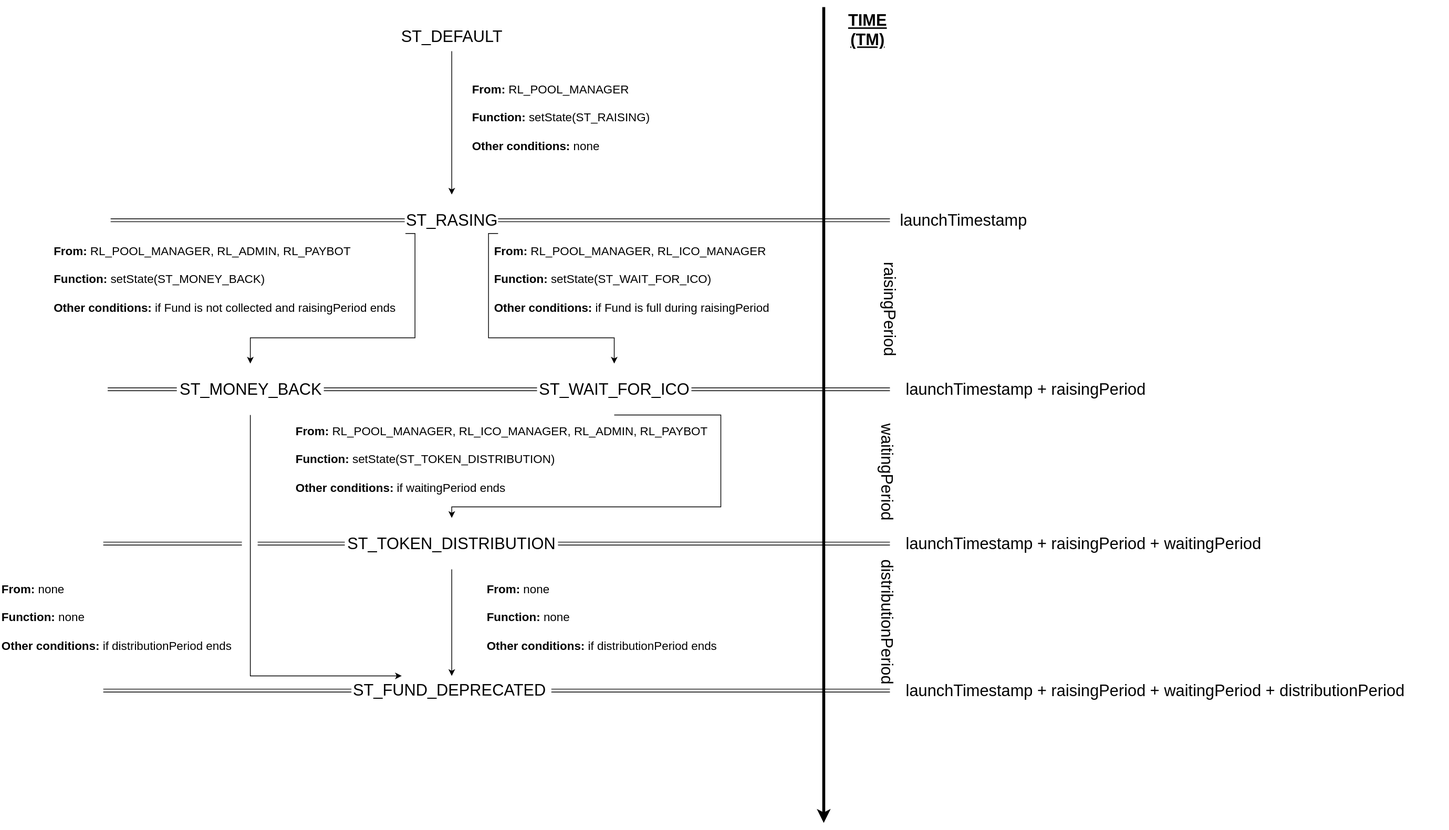
This is pooling.svg from EnoRage/POA, a draw.io export, as it was before one commit. Source tidied: cells renumbered, new cells last; positions are measured from the earlier drawing's top-left corner, leaving out a move shared by most shapes.
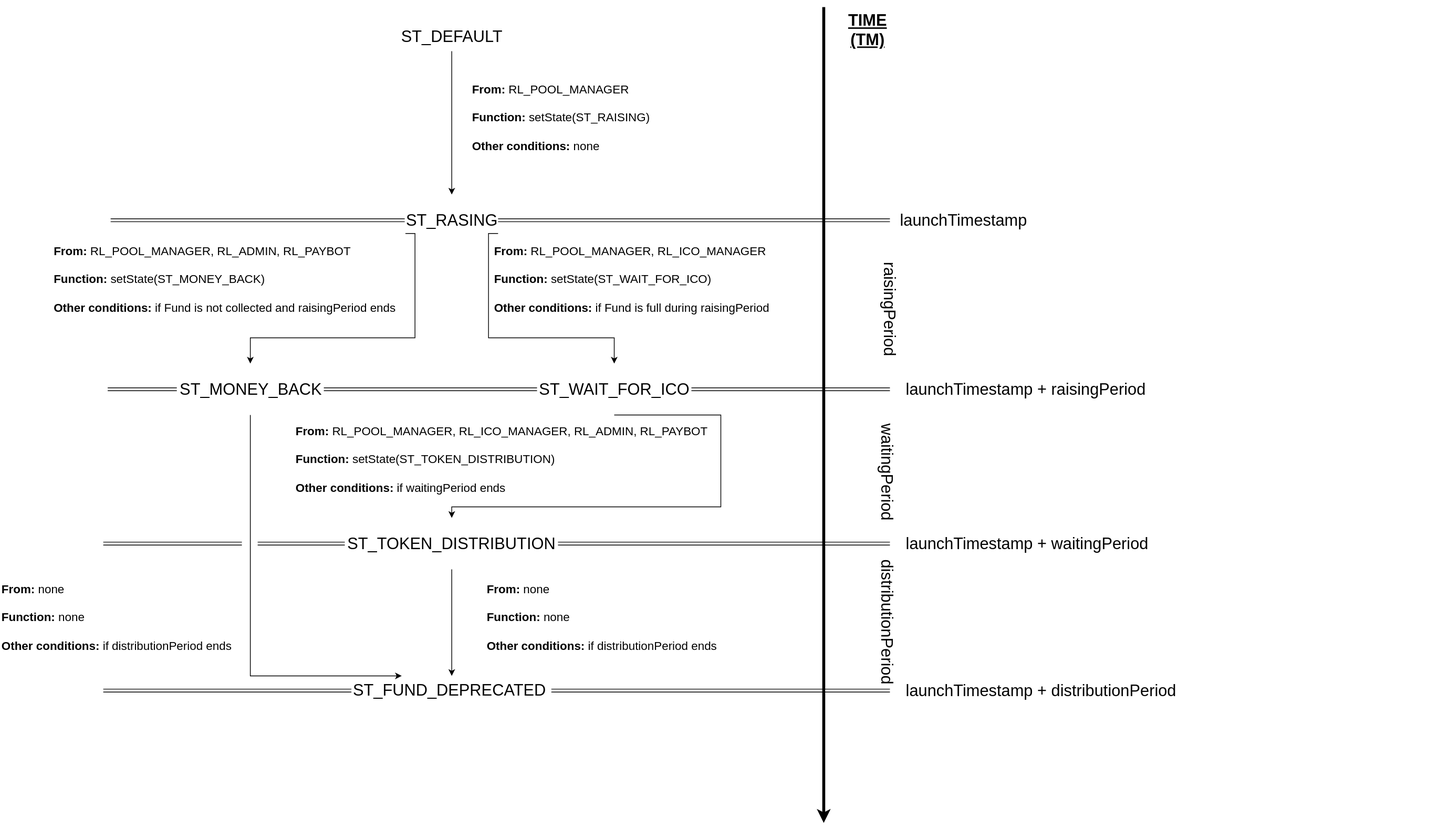
After the commit.

What changed in the source:
```diff
@@ -30,7 +30,7 @@
     <mxCell id="7" value="launchTimestamp + raisingPeriod" style="text;html=1;strokeColor=none;fillColor=none;align=left;verticalAlign=middle;whiteSpace=wrap;rounded=0;fontSize=22;" parent="1" vertex="1">
       <mxGeometry x="1230" y="485" width="630" height="80" as="geometry" />
     </mxCell>
-    <mxCell id="8" value="&lt;span&gt;launchTimestamp + raisingPeriod +&amp;nbsp;&lt;/span&gt;&lt;span&gt;waitingPeriod&lt;/span&gt;" style="text;html=1;strokeColor=none;fillColor=none;align=left;verticalAlign=middle;whiteSpace=wrap;rounded=0;fontSize=22;" parent="1" vertex="1">
+    <mxCell id="8" value="&lt;span&gt;launchTimestamp +&amp;nbsp;&lt;/span&gt;&lt;span&gt;waitingPeriod&lt;/span&gt;" style="text;html=1;strokeColor=none;fillColor=none;align=left;verticalAlign=middle;whiteSpace=wrap;rounded=0;fontSize=22;" parent="1" vertex="1">
       <mxGeometry x="1230" y="695" width="610" height="80" as="geometry" />
     </mxCell>
     <mxCell id="9" value="TIME (TM)" style="text;html=1;strokeColor=none;fillColor=none;align=center;verticalAlign=middle;whiteSpace=wrap;rounded=0;fontSize=22;fontStyle=5;" parent="1" vertex="1">
@@ -64,7 +64,7 @@
     <mxCell id="17" value="&lt;span&gt;raisingPeriod&lt;/span&gt;" style="text;html=1;align=left;verticalAlign=top;spacingTop=-4;fontSize=22;fontColor=#000000;direction=south;rotation=90;" parent="1" vertex="1">
       <mxGeometry x="1140" y="295" width="30" height="140" as="geometry" />
     </mxCell>
-    <mxCell id="18" value="&lt;span&gt;launchTimestamp + raisingPeriod +&amp;nbsp;&lt;/span&gt;&lt;span&gt;waitingPeriod + distributionPeriod&lt;/span&gt;" style="text;html=1;strokeColor=none;fillColor=none;align=left;verticalAlign=middle;whiteSpace=wrap;rounded=0;fontSize=22;" parent="1" vertex="1">
+    <mxCell id="18" value="&lt;span&gt;launchTimestamp&lt;/span&gt;&lt;span&gt;&amp;nbsp;+ distributionPeriod&lt;/span&gt;" style="text;html=1;strokeColor=none;fillColor=none;align=left;verticalAlign=middle;whiteSpace=wrap;rounded=0;fontSize=22;" parent="1" vertex="1">
       <mxGeometry x="1230" y="895" width="740" height="80" as="geometry" />
     </mxCell>
     <mxCell id="19" value="&lt;span&gt;distributionPeriod&lt;/span&gt;" style="text;html=1;align=left;verticalAlign=top;spacingTop=-4;fontSize=22;fontColor=#000000;direction=south;rotation=90;" parent="1" vertex="1">
```
